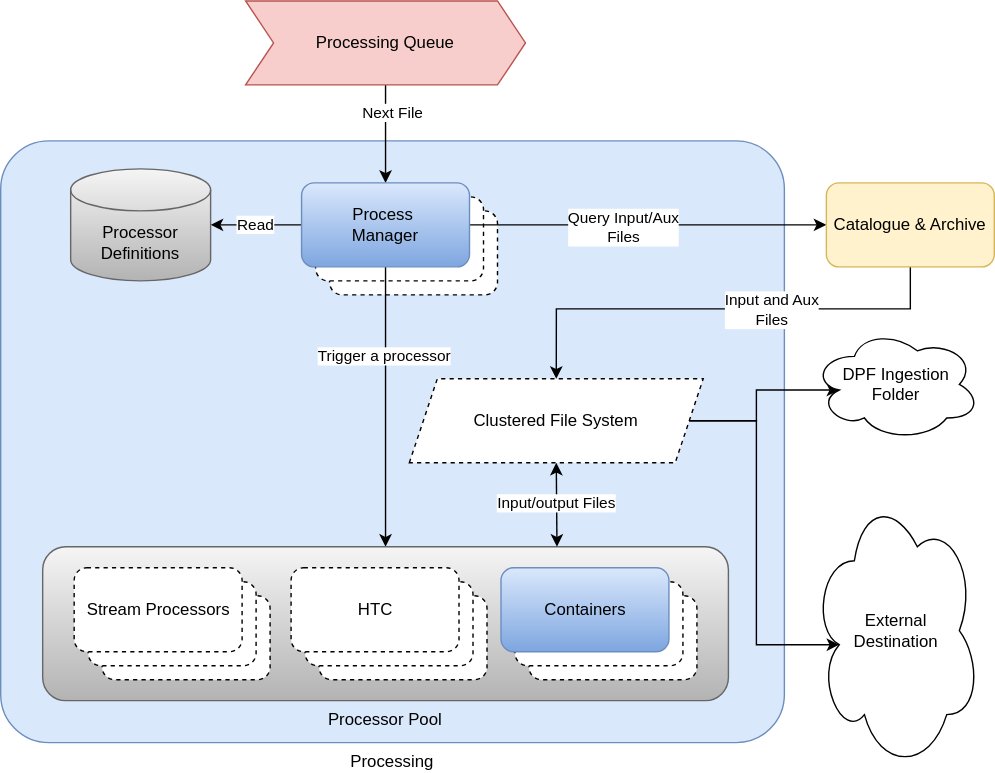
Above: docs/level_1_processing.svg in ersandemircioglu/dpf (draw.io), before the change. Source tidied: cells renumbered, new cells last; positions are measured from the earlier drawing's top-left corner, leaving out a move shared by most shapes.
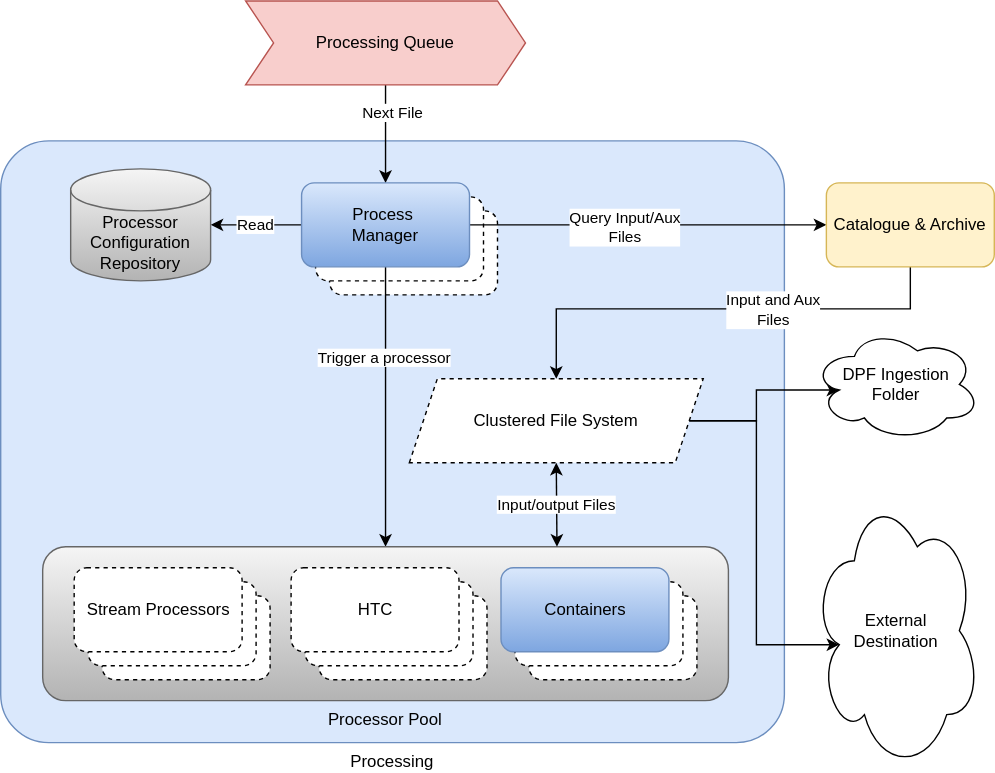
Above is the later version.

Commit message:
WIP: Processing Section

What changed in the source:
```diff
@@ -37,7 +37,7 @@
     <mxCell id="12" value="Process&amp;nbsp;&lt;br&gt;Manager" style="rounded=1;whiteSpace=wrap;html=1;fillColor=#dae8fc;gradientColor=#7ea6e0;strokeColor=#6c8ebf;" parent="1" vertex="1">
       <mxGeometry x="215" y="130" width="120" height="60" as="geometry" />
     </mxCell>
-    <mxCell id="13" value="Processor Definitions" style="shape=cylinder3;whiteSpace=wrap;html=1;boundedLbl=1;backgroundOutline=1;size=15;fillColor=#f5f5f5;gradientColor=#b3b3b3;strokeColor=#666666;" parent="1" vertex="1">
+    <mxCell id="13" value="Processor Configuration Repository" style="shape=cylinder3;whiteSpace=wrap;html=1;boundedLbl=1;backgroundOutline=1;size=15;fillColor=#f5f5f5;gradientColor=#b3b3b3;strokeColor=#666666;" parent="1" vertex="1">
       <mxGeometry x="50" y="120" width="100" height="80" as="geometry" />
     </mxCell>
     <mxCell id="14" style="edgeStyle=orthogonalEdgeStyle;rounded=0;jettySize=auto;html=1;entryX=0.16;entryY=0.55;entryDx=0;entryDy=0;entryPerimeter=0;" parent="1" edge="1" source="16" target="32">
```
